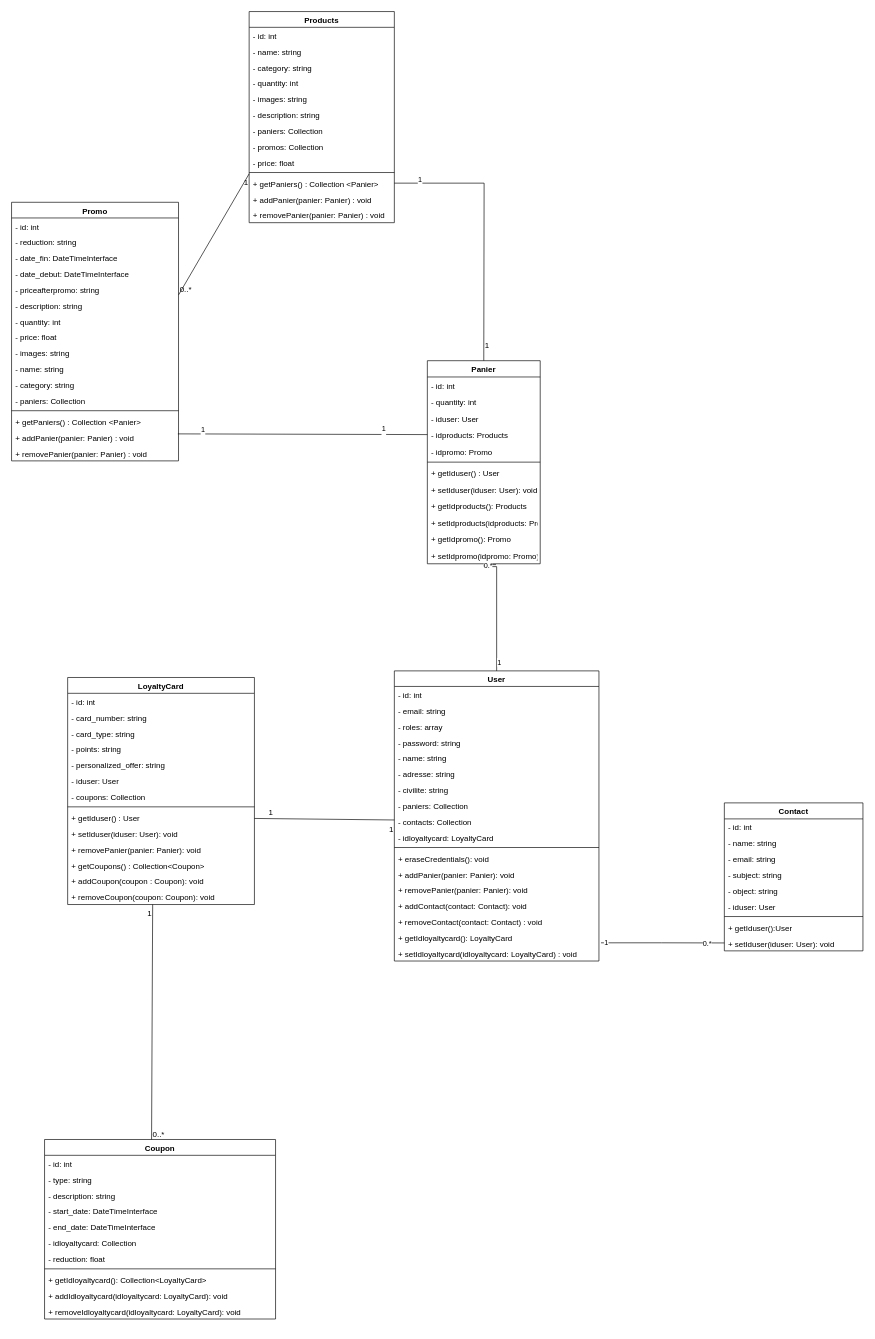
The draw.io diagram officiel/Diagramme de classe association Vitality.drawio in BanggEddy/UML-MeriseVitality, before the edit. Source tidied: cells renumbered, new cells numbered last; positions are measured from the earlier drawing's top-left corner, leaving out a move shared by most shapes. Both pictures are drawn from the tidied source at 66%, with x=0, y=0 at pixel (11, 11).
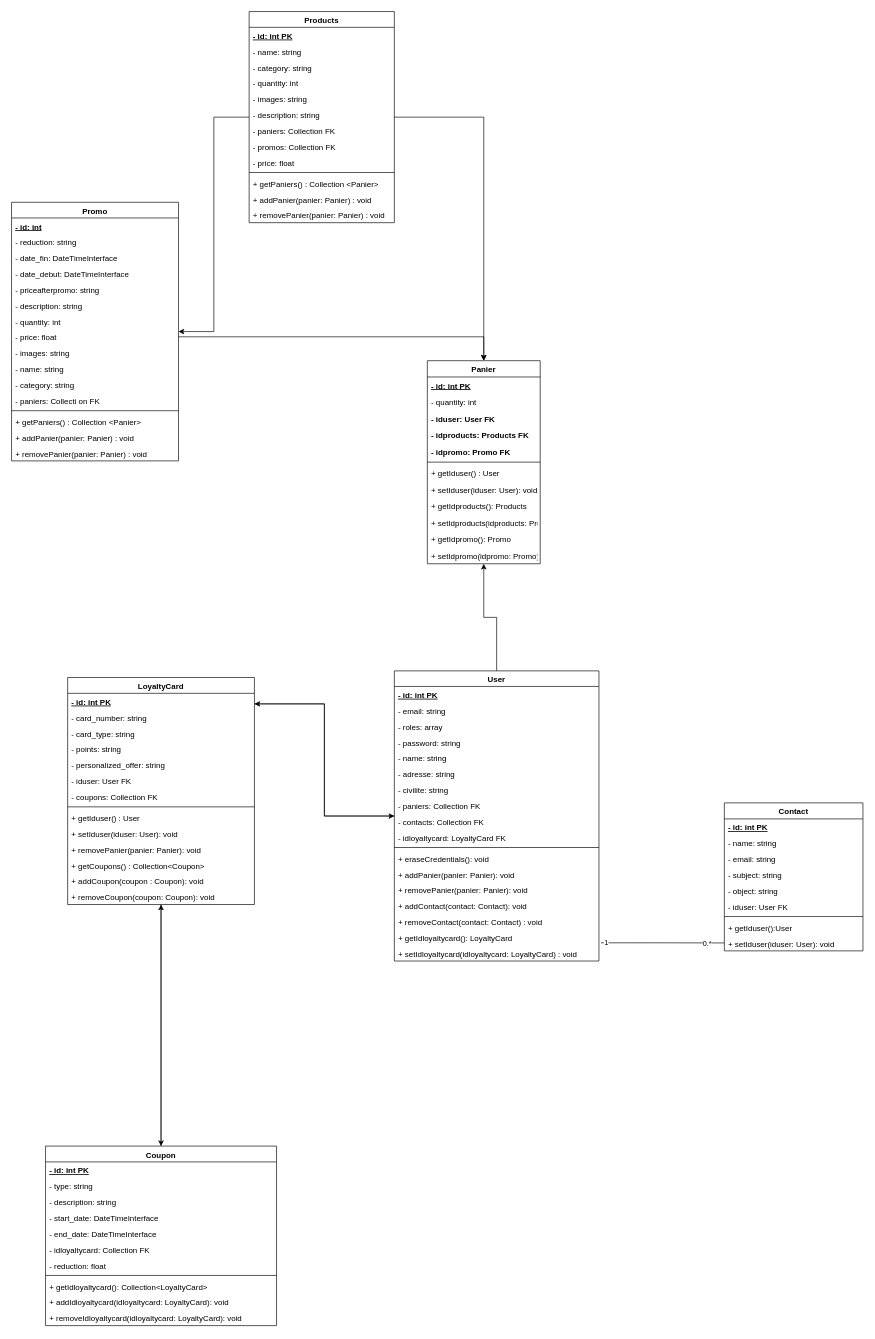
The same diagram, later.

Unchanged cells that the change refers to:
```xml
<mxCell id="2" value="Promo" style="swimlane;fontStyle=1;align=center;verticalAlign=top;horizontal=1;startSize=23.75;" parent="1" vertex="1">
  <mxGeometry y="289" width="253" height="391.8" as="geometry" />
</mxCell>
<mxCell id="8" value="- description: string" style="text;strokeColor=none;fillColor=none;align=left;verticalAlign=top;spacingLeft=4;spacingRight=4;overflow=hidden;points=[[0,0.5],[1,0.5]];portConstraint=eastwest;" parent="2" vertex="1">
  <mxGeometry y="143.8" width="253" height="24" as="geometry" />
</mxCell>
<mxCell id="10" value="- price: float" style="text;strokeColor=none;fillColor=none;align=left;verticalAlign=top;spacingLeft=4;spacingRight=4;overflow=hidden;points=[[0,0.5],[1,0.5]];portConstraint=eastwest;" parent="2" vertex="1">
  <mxGeometry y="191.8" width="253" height="24" as="geometry" />
</mxCell>
<mxCell id="17" value="+ addPanier(panier: Panier) : void" style="text;strokeColor=none;fillColor=none;align=left;verticalAlign=top;spacingLeft=4;spacingRight=4;overflow=hidden;points=[[0,0.5],[1,0.5]];portConstraint=eastwest;" parent="2" vertex="1">
  <mxGeometry y="343.8" width="253" height="24" as="geometry" />
</mxCell>
<mxCell id="19" value="Products" style="swimlane;fontStyle=1;align=center;verticalAlign=top;horizontal=1;startSize=23.92391304347826;" parent="1" vertex="1">
  <mxGeometry x="360" width="220" height="319.9" as="geometry" />
</mxCell>
<mxCell id="33" value="Panier" style="swimlane;fontStyle=1;align=center;verticalAlign=top;horizontal=1;startSize=24.678571428571427;" parent="1" vertex="1">
  <mxGeometry x="630" y="529" width="171" height="307.7" as="geometry" />
</mxCell>
<mxCell id="45" value="+ setIdpromo(idpromo: Promo): void" style="text;strokeColor=none;fillColor=none;align=left;verticalAlign=top;spacingLeft=4;spacingRight=4;overflow=hidden;points=[[0,0.5],[1,0.5]];portConstraint=eastwest;" parent="33" vertex="1">
  <mxGeometry y="282.7" width="171" height="25" as="geometry" />
</mxCell>
<mxCell id="52" value="User" style="swimlane;fontStyle=1;align=center;verticalAlign=top;horizontal=1;startSize=23.568181818181817;" parent="1" vertex="1">
  <mxGeometry x="580" y="999" width="310" height="439.6" as="geometry" />
</mxCell>
<mxCell id="71" value="LoyaltyCard" style="swimlane;fontStyle=1;align=center;verticalAlign=top;horizontal=1;startSize=23.977272727272727;" parent="1" vertex="1">
  <mxGeometry x="85" y="1009" width="283" height="344" as="geometry" />
</mxCell>
<mxCell id="80" value="+ getIduser() : User" style="text;strokeColor=none;fillColor=none;align=left;verticalAlign=top;spacingLeft=4;spacingRight=4;overflow=hidden;points=[[0,0.5],[1,0.5]];portConstraint=eastwest;" parent="71" vertex="1">
  <mxGeometry y="200" width="283" height="24" as="geometry" />
</mxCell>
<mxCell id="98" value="Contact" style="swimlane;fontStyle=1;align=center;verticalAlign=top;horizontal=1;startSize=24.25;" parent="1" vertex="1">
  <mxGeometry x="1080" y="1199" width="210" height="224.2" as="geometry" />
</mxCell>
```

Diff of the diagram source:
```diff
@@
-    <mxCell id="3" value="- id: int" style="text;strokeColor=none;fillColor=none;align=left;verticalAlign=top;spacingLeft=4;spacingRight=4;overflow=hidden;" parent="2" vertex="1">
+    <mxCell id="3" value="- id: int" style="text;strokeColor=none;fillColor=none;align=left;verticalAlign=top;spacingLeft=4;spacingRight=4;overflow=hidden;fontStyle=5;" parent="2" vertex="1">
       <mxGeometry y="23.8" width="253" height="24" as="geometry" />
     </mxCell>
@@
-    <mxCell id="14" value="- paniers: Collection" style="text;strokeColor=none;fillColor=none;align=left;verticalAlign=top;spacingLeft=4;spacingRight=4;overflow=hidden;" parent="2" vertex="1">
+    <mxCell id="14" value="- paniers: Collecti on FK" style="text;strokeColor=none;fillColor=none;align=left;verticalAlign=top;spacingLeft=4;spacingRight=4;overflow=hidden;fontStyle=0;" parent="2" vertex="1">
       <mxGeometry y="287.8" width="253" height="24" as="geometry" />
     </mxCell>
@@
+    <mxCell id="123" style="edgeStyle=orthogonalEdgeStyle;rounded=0;jettySize=auto;html=1;" parent="1" edge="1" source="19" target="2">
+      <mxGeometry relative="1" as="geometry" />
+    </mxCell>
+    <mxCell id="124" style="edgeStyle=orthogonalEdgeStyle;rounded=0;jettySize=auto;html=1;entryX=0.5;entryY=0;entryDx=0;entryDy=0;" parent="1" edge="1" source="19" target="33">
+      <mxGeometry relative="1" as="geometry" />
+    </mxCell>
@@
-    <mxCell id="20" value="- id: int" style="text;strokeColor=none;fillColor=none;align=left;verticalAlign=top;spacingLeft=4;spacingRight=4;overflow=hidden;" parent="19" vertex="1">
+    <mxCell id="20" value="- id: int PK" style="text;strokeColor=none;fillColor=none;align=left;verticalAlign=top;spacingLeft=4;spacingRight=4;overflow=hidden;fontStyle=5;" parent="19" vertex="1">
       <mxGeometry y="23.9" width="220" height="24" as="geometry" />
     </mxCell>
@@
-    <mxCell id="26" value="- paniers: Collection" style="text;strokeColor=none;fillColor=none;align=left;verticalAlign=top;spacingLeft=4;spacingRight=4;overflow=hidden;" parent="19" vertex="1">
+    <mxCell id="26" value="- paniers: Collection FK" style="text;strokeColor=none;fillColor=none;align=left;verticalAlign=top;spacingLeft=4;spacingRight=4;overflow=hidden;" parent="19" vertex="1">
       <mxGeometry y="167.9" width="220" height="24" as="geometry" />
     </mxCell>
-    <mxCell id="27" value="- promos: Collection" style="text;strokeColor=none;fillColor=none;align=left;verticalAlign=top;spacingLeft=4;spacingRight=4;overflow=hidden;" parent="19" vertex="1">
+    <mxCell id="27" value="- promos: Collection FK" style="text;strokeColor=none;fillColor=none;align=left;verticalAlign=top;spacingLeft=4;spacingRight=4;overflow=hidden;" parent="19" vertex="1">
       <mxGeometry y="191.9" width="220" height="24" as="geometry" />
     </mxCell>
@@
-    <mxCell id="34" value="- id: int" style="text;strokeColor=none;fillColor=none;align=left;verticalAlign=top;spacingLeft=4;spacingRight=4;overflow=hidden;" parent="33" vertex="1">
+    <mxCell id="34" value="- id: int PK" style="text;strokeColor=none;fillColor=none;align=left;verticalAlign=top;spacingLeft=4;spacingRight=4;overflow=hidden;fontStyle=5;" parent="33" vertex="1">
       <mxGeometry y="24.7" width="171" height="25" as="geometry" />
     </mxCell>
@@
-    <mxCell id="36" value="- iduser: User" style="text;strokeColor=none;fillColor=none;align=left;verticalAlign=top;spacingLeft=4;spacingRight=4;overflow=hidden;" parent="33" vertex="1">
+    <mxCell id="36" value="- iduser: User FK" style="text;strokeColor=none;fillColor=none;align=left;verticalAlign=top;spacingLeft=4;spacingRight=4;overflow=hidden;fontStyle=1;" parent="33" vertex="1">
       <mxGeometry y="74.7" width="171" height="25" as="geometry" />
     </mxCell>
-    <mxCell id="37" value="- idproducts: Products" style="text;strokeColor=none;fillColor=none;align=left;verticalAlign=top;spacingLeft=4;spacingRight=4;overflow=hidden;points=[[0,0.5],[1,0.5]];portConstraint=eastwest;" parent="33" vertex="1">
+    <mxCell id="37" value="- idproducts: Products FK" style="text;strokeColor=none;fillColor=none;align=left;verticalAlign=top;spacingLeft=4;spacingRight=4;overflow=hidden;points=[[0,0.5],[1,0.5]];portConstraint=eastwest;fontStyle=1;" parent="33" vertex="1">
       <mxGeometry y="99.7" width="171" height="25" as="geometry" />
     </mxCell>
-    <mxCell id="38" value="- idpromo: Promo" style="text;strokeColor=none;fillColor=none;align=left;verticalAlign=top;spacingLeft=4;spacingRight=4;overflow=hidden;" parent="33" vertex="1">
+    <mxCell id="38" value="- idpromo: Promo FK" style="text;strokeColor=none;fillColor=none;align=left;verticalAlign=top;spacingLeft=4;spacingRight=4;overflow=hidden;fontStyle=1;" parent="33" vertex="1">
       <mxGeometry y="124.7" width="171" height="25" as="geometry" />
     </mxCell>
@@
-    <mxCell id="49" style="edgeStyle=orthogonalEdgeStyle;rounded=0;jettySize=auto;html=1;endArrow=none;endFill=0;entryX=0.608;entryY=1.053;entryDx=0;entryDy=0;entryPerimeter=0;" parent="1" edge="1" source="52" target="45">
-      <mxGeometry relative="1" as="geometry">
-        <Array as="points">
-          <mxPoint x="735" y="841" />
-          <mxPoint x="716" y="841" />
-          <mxPoint x="716" y="838" />
-        </Array>
-      </mxGeometry>
-    </mxCell>
-    <mxCell id="50" value="1" style="edgeLabel;html=1;align=center;verticalAlign=middle;" parent="49" vertex="1">
-      <mxGeometry x="-0.86" y="-3" relative="1" as="geometry" />
-    </mxCell>
-    <mxCell id="51" value="0.*" style="edgeLabel;html=1;align=center;verticalAlign=middle;" parent="49" vertex="1">
-      <mxGeometry x="0.74" y="-2" relative="1" as="geometry" />
-    </mxCell>
+    <mxCell id="125" style="edgeStyle=orthogonalEdgeStyle;rounded=0;jettySize=auto;html=1;" parent="1" edge="1" source="52" target="33">
+      <mxGeometry relative="1" as="geometry" />
+    </mxCell>
+    <mxCell id="126" style="edgeStyle=orthogonalEdgeStyle;rounded=0;jettySize=auto;html=1;" parent="1" edge="1" source="52" target="71">
+      <mxGeometry relative="1" as="geometry">
+        <Array as="points">
+          <mxPoint x="474" y="1219" />
+          <mxPoint x="474" y="1049" />
+        </Array>
+      </mxGeometry>
+    </mxCell>
@@
-    <mxCell id="53" value="- id: int" style="text;strokeColor=none;fillColor=none;align=left;verticalAlign=top;spacingLeft=4;spacingRight=4;overflow=hidden;" parent="52" vertex="1">
+    <mxCell id="53" value="- id: int PK" style="text;strokeColor=none;fillColor=none;align=left;verticalAlign=top;spacingLeft=4;spacingRight=4;overflow=hidden;fontStyle=5;" parent="52" vertex="1">
       <mxGeometry y="23.6" width="310" height="24" as="geometry" />
     </mxCell>
@@
-    <mxCell id="60" value="- paniers: Collection" style="text;strokeColor=none;fillColor=none;align=left;verticalAlign=top;spacingLeft=4;spacingRight=4;overflow=hidden;" parent="52" vertex="1">
+    <mxCell id="60" value="- paniers: Collection FK" style="text;strokeColor=none;fillColor=none;align=left;verticalAlign=top;spacingLeft=4;spacingRight=4;overflow=hidden;" parent="52" vertex="1">
       <mxGeometry y="191.6" width="310" height="24" as="geometry" />
     </mxCell>
-    <mxCell id="61" value="- contacts: Collection" style="text;strokeColor=none;fillColor=none;align=left;verticalAlign=top;spacingLeft=4;spacingRight=4;overflow=hidden;points=[[0,0.5],[1,0.5]];portConstraint=eastwest;" parent="52" vertex="1">
+    <mxCell id="61" value="- contacts: Collection FK" style="text;strokeColor=none;fillColor=none;align=left;verticalAlign=top;spacingLeft=4;spacingRight=4;overflow=hidden;points=[[0,0.5],[1,0.5]];portConstraint=eastwest;" parent="52" vertex="1">
       <mxGeometry y="215.6" width="310" height="24" as="geometry" />
     </mxCell>
-    <mxCell id="62" value="- idloyaltycard: LoyaltyCard" style="text;strokeColor=none;fillColor=none;align=left;verticalAlign=top;spacingLeft=4;spacingRight=4;overflow=hidden;" parent="52" vertex="1">
+    <mxCell id="62" value="- idloyaltycard: LoyaltyCard FK" style="text;strokeColor=none;fillColor=none;align=left;verticalAlign=top;spacingLeft=4;spacingRight=4;overflow=hidden;" parent="52" vertex="1">
       <mxGeometry y="239.6" width="310" height="24" as="geometry" />
     </mxCell>
@@
+    <mxCell id="120" style="edgeStyle=orthogonalEdgeStyle;rounded=0;jettySize=auto;html=1;entryX=0.5;entryY=0;entryDx=0;entryDy=0;" parent="1" edge="1" source="71" target="86">
+      <mxGeometry relative="1" as="geometry" />
+    </mxCell>
@@
-    <mxCell id="72" value="- id: int" style="text;strokeColor=none;fillColor=none;align=left;verticalAlign=top;spacingLeft=4;spacingRight=4;overflow=hidden;points=[[0,0.5],[1,0.5]];portConstraint=eastwest;" parent="71" vertex="1">
+    <mxCell id="72" value="- id: int PK" style="text;strokeColor=none;fillColor=none;align=left;verticalAlign=top;spacingLeft=4;spacingRight=4;overflow=hidden;points=[[0,0.5],[1,0.5]];portConstraint=eastwest;fontStyle=5;" parent="71" vertex="1">
       <mxGeometry y="24" width="283" height="24" as="geometry" />
     </mxCell>
@@
-    <mxCell id="77" value="- iduser: User" style="text;strokeColor=none;fillColor=none;align=left;verticalAlign=top;spacingLeft=4;spacingRight=4;overflow=hidden;" parent="71" vertex="1">
+    <mxCell id="77" value="- iduser: User FK" style="text;strokeColor=none;fillColor=none;align=left;verticalAlign=top;spacingLeft=4;spacingRight=4;overflow=hidden;" parent="71" vertex="1">
       <mxGeometry y="144" width="283" height="24" as="geometry" />
     </mxCell>
-    <mxCell id="78" value="- coupons: Collection" style="text;strokeColor=none;fillColor=none;align=left;verticalAlign=top;spacingLeft=4;spacingRight=4;overflow=hidden;" parent="71" vertex="1">
+    <mxCell id="78" value="- coupons: Collection FK" style="text;strokeColor=none;fillColor=none;align=left;verticalAlign=top;spacingLeft=4;spacingRight=4;overflow=hidden;" parent="71" vertex="1">
       <mxGeometry y="168" width="283" height="24" as="geometry" />
     </mxCell>
@@
+    <mxCell id="127" style="edgeStyle=orthogonalEdgeStyle;rounded=0;jettySize=auto;html=1;" parent="1" edge="1" source="86" target="71">
+      <mxGeometry relative="1" as="geometry" />
+    </mxCell>
     <mxCell id="86" value="Coupon" style="swimlane;fontStyle=1;align=center;verticalAlign=top;horizontal=1;startSize=23.977272727272727;" parent="1" vertex="1">
-      <mxGeometry x="50" y="1709" width="350" height="272" as="geometry" />
+      <mxGeometry x="51.5" y="1719" width="350" height="272" as="geometry" />
     </mxCell>
-    <mxCell id="87" value="- id: int" style="text;strokeColor=none;fillColor=none;align=left;verticalAlign=top;spacingLeft=4;spacingRight=4;overflow=hidden;" parent="86" vertex="1">
+    <mxCell id="87" value="- id: int PK" style="text;strokeColor=none;fillColor=none;align=left;verticalAlign=top;spacingLeft=4;spacingRight=4;overflow=hidden;fontStyle=5;" parent="86" vertex="1">
       <mxGeometry y="24" width="350" height="24" as="geometry" />
     </mxCell>
@@
-    <mxCell id="92" value="- idloyaltycard: Collection" style="text;strokeColor=none;fillColor=none;align=left;verticalAlign=top;spacingLeft=4;spacingRight=4;overflow=hidden;" parent="86" vertex="1">
+    <mxCell id="92" value="- idloyaltycard: Collection FK" style="text;strokeColor=none;fillColor=none;align=left;verticalAlign=top;spacingLeft=4;spacingRight=4;overflow=hidden;" parent="86" vertex="1">
       <mxGeometry y="144" width="350" height="24" as="geometry" />
     </mxCell>
@@
-    <mxCell id="99" value="- id: int" style="text;strokeColor=none;fillColor=none;align=left;verticalAlign=top;spacingLeft=4;spacingRight=4;overflow=hidden;" parent="98" vertex="1">
+    <mxCell id="99" value="- id: int PK" style="text;strokeColor=none;fillColor=none;align=left;verticalAlign=top;spacingLeft=4;spacingRight=4;overflow=hidden;fontStyle=5;" parent="98" vertex="1">
       <mxGeometry y="24.2" width="210" height="24" as="geometry" />
     </mxCell>
@@
-    <mxCell id="104" value="- iduser: User" style="text;strokeColor=none;fillColor=none;align=left;verticalAlign=top;spacingLeft=4;spacingRight=4;overflow=hidden;" parent="98" vertex="1">
+    <mxCell id="104" value="- iduser: User FK" style="text;strokeColor=none;fillColor=none;align=left;verticalAlign=top;spacingLeft=4;spacingRight=4;overflow=hidden;" parent="98" vertex="1">
       <mxGeometry y="144.2" width="210" height="24" as="geometry" />
     </mxCell>
@@
-    <mxCell id="108" style="curved=0;startArrow=none;endArrow=none;endSize=14;endFill=0;rounded=0;exitX=0.996;exitY=0.296;exitDx=0;exitDy=0;exitPerimeter=0;strokeColor=default;" parent="1" edge="1" source="17" target="37">
-      <mxGeometry relative="1" as="geometry" />
-    </mxCell>
-    <mxCell id="109" value="&lt;div&gt;1&lt;/div&gt;&lt;div&gt;&lt;br&gt;&lt;/div&gt;" style="edgeLabel;html=1;align=center;verticalAlign=middle;" parent="108" vertex="1">
-      <mxGeometry x="0.65" y="2" relative="1" as="geometry" />
-    </mxCell>
-    <mxCell id="110" value="&lt;div&gt;1&lt;/div&gt;&lt;div&gt;&lt;br&gt;&lt;/div&gt;" style="edgeLabel;html=1;align=center;verticalAlign=middle;" parent="108" vertex="1">
-      <mxGeometry x="-0.8" relative="1" as="geometry" />
-    </mxCell>
-    <mxCell id="111" style="curved=0;startArrow=none;endArrow=none;endSize=14;endFill=0;entryX=0.5;entryY=0;rounded=0;horizontal=1;fontFamily=Helvetica;entryDx=0;entryDy=0;" parent="1" edge="1" target="33">
-      <mxGeometry relative="1" as="geometry">
-        <mxPoint x="580" y="260" as="sourcePoint" />
-        <Array as="points">
-          <mxPoint x="716" y="260" />
-        </Array>
-      </mxGeometry>
-    </mxCell>
-    <mxCell id="112" value="1&#10;" style="edgeLabel;labelBackgroundColor=none;fontSize=12;align=left;verticalAlign=bottom;" parent="111" vertex="1">
-      <mxGeometry x="1" relative="1" as="geometry" />
-    </mxCell>
-    <mxCell id="113" value="&lt;div&gt;1&lt;/div&gt;&lt;div&gt;&lt;br&gt;&lt;/div&gt;" style="edgeLabel;html=1;align=center;verticalAlign=middle;" parent="111" vertex="1">
-      <mxGeometry x="-0.81" relative="1" as="geometry" />
-    </mxCell>
-    <mxCell id="114" style="curved=0;startArrow=none;endArrow=none;endSize=14;endFill=0;exitX=0;exitY=0.7685124406101526;entryX=1.001;entryY=-0.155;rounded=0;strokeColor=default;entryDx=0;entryDy=0;entryPerimeter=0;" parent="1" edge="1" source="19" target="8">
-      <mxGeometry relative="1" as="geometry" />
-    </mxCell>
-    <mxCell id="115" value="1" style="edgeLabel;labelBackgroundColor=none;fontSize=12;align=right;verticalAlign=top;" parent="114" vertex="1">
-      <mxGeometry x="-1" relative="1" as="geometry" />
-    </mxCell>
-    <mxCell id="116" value="0..*" style="edgeLabel;labelBackgroundColor=none;fontSize=12;align=left;verticalAlign=bottom;" parent="114" vertex="1">
-      <mxGeometry x="1" relative="1" as="geometry" />
-    </mxCell>
-    <mxCell id="117" style="curved=0;startArrow=none;endArrow=none;endSize=14;endFill=0;rounded=0;" parent="1" edge="1" source="61" target="80">
-      <mxGeometry relative="1" as="geometry" />
-    </mxCell>
-    <mxCell id="118" value="1" style="edgeLabel;labelBackgroundColor=none;fontSize=12;align=right;verticalAlign=top;" parent="117" vertex="1">
-      <mxGeometry x="-1" relative="1" as="geometry" />
-    </mxCell>
-    <mxCell id="119" value="1" style="edgeLabel;labelBackgroundColor=none;fontSize=12;align=left;verticalAlign=bottom;" parent="117" vertex="1">
-      <mxGeometry x="1" relative="1" as="geometry">
-        <mxPoint x="20" as="offset" />
-      </mxGeometry>
-    </mxCell>
-    <mxCell id="120" style="curved=0;startArrow=none;endArrow=none;endSize=14;endFill=0;exitX=0.4553003331689539;exitY=0.9986007462686567;entryX=0.46332915026417554;entryY=0.0004664179104477612;rounded=0;" parent="1" edge="1" source="71" target="86">
-      <mxGeometry relative="1" as="geometry" />
-    </mxCell>
-    <mxCell id="121" value="1" style="edgeLabel;labelBackgroundColor=none;fontSize=12;align=right;verticalAlign=top;" parent="120" vertex="1">
-      <mxGeometry x="-1" relative="1" as="geometry" />
-    </mxCell>
-    <mxCell id="122" value="0..*" style="edgeLabel;labelBackgroundColor=none;fontSize=12;align=left;verticalAlign=bottom;" parent="120" vertex="1">
-      <mxGeometry x="1" relative="1" as="geometry" />
-    </mxCell>
+    <mxCell id="128" style="edgeStyle=orthogonalEdgeStyle;rounded=0;jettySize=auto;html=1;" parent="1" edge="1" source="10" target="33">
+      <mxGeometry relative="1" as="geometry" />
+    </mxCell>
+    <mxCell id="129" style="edgeStyle=orthogonalEdgeStyle;rounded=0;jettySize=auto;html=1;" parent="1" edge="1" source="72" target="52">
+      <mxGeometry relative="1" as="geometry">
+        <Array as="points">
+          <mxPoint x="474" y="1049" />
+          <mxPoint x="474" y="1219" />
+        </Array>
+      </mxGeometry>
+    </mxCell>
```
